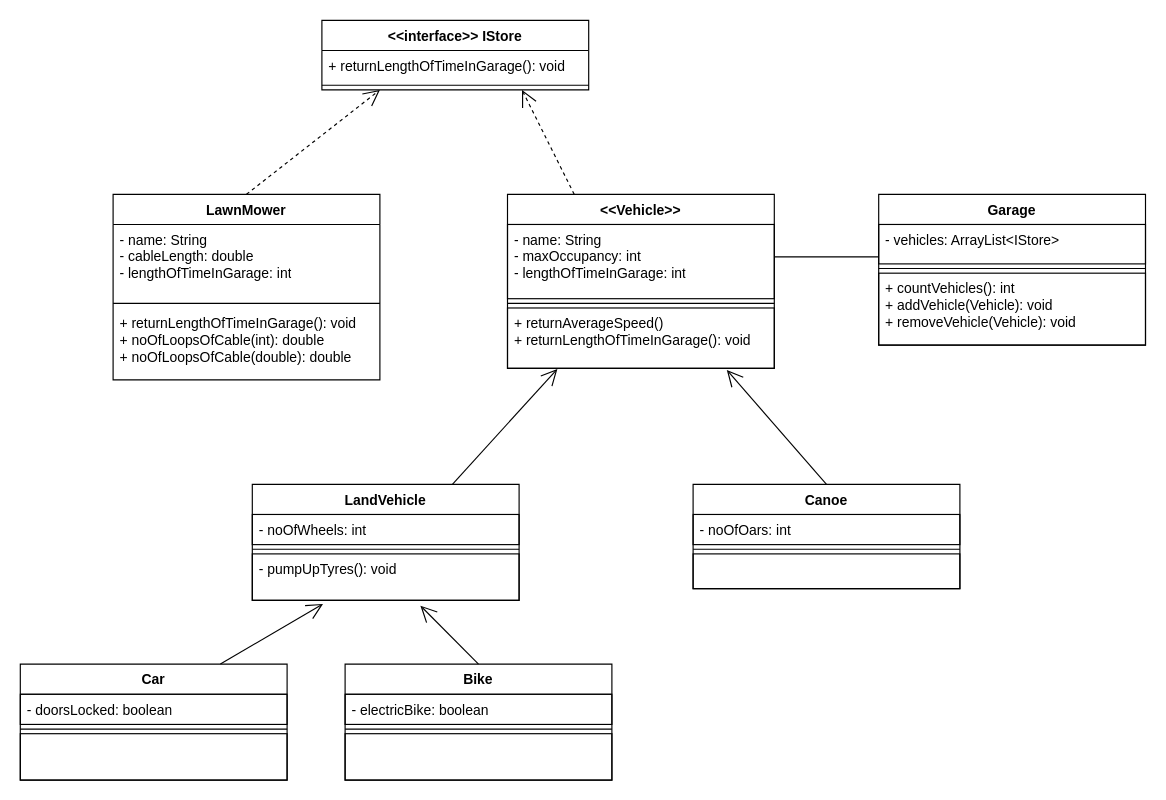
Before: PolymorphismUMLFinal.drawio in H8S8/PolymorphismLab, a draw.io diagram. Source tidied: cells renumbered, new cells numbered last; positions are measured from the earlier drawing's top-left corner, leaving out a move shared by most shapes. Both pictures are drawn from the tidied source at 116%, with x=0, y=0 at pixel (20, 20).
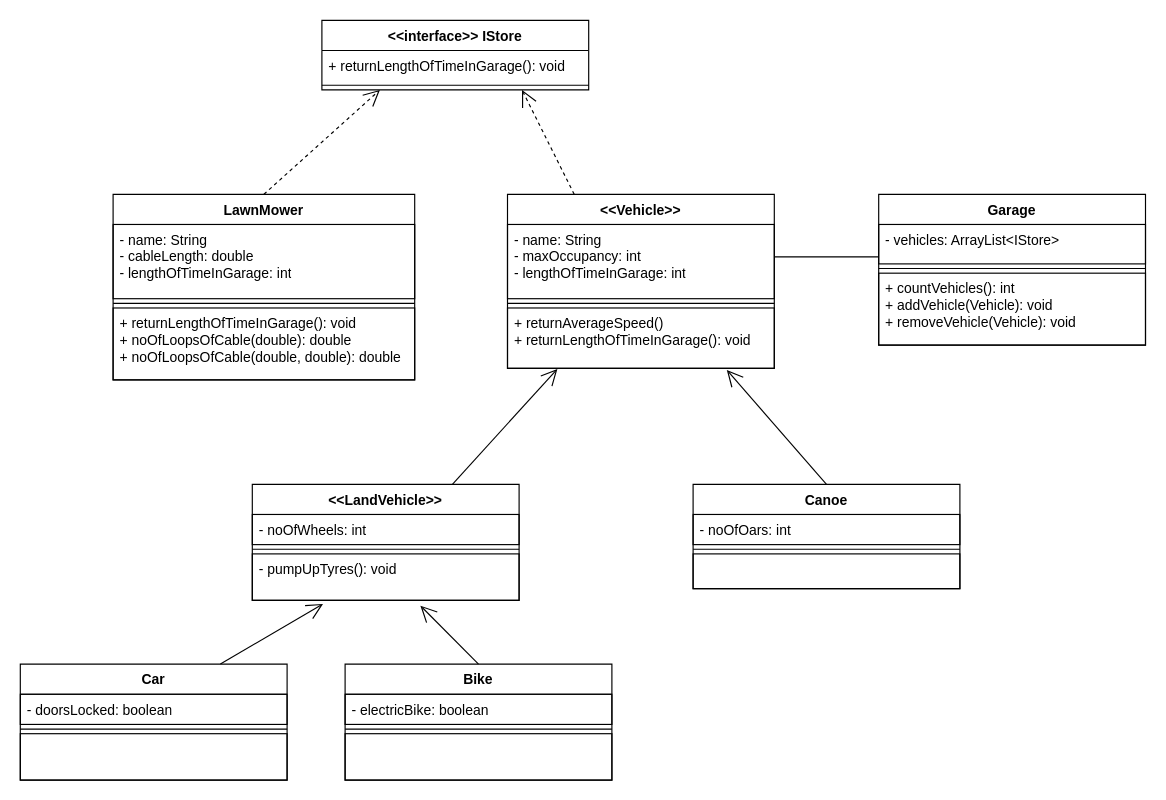
Above is the later version.

Diff of the diagram source:
```diff
@@
-    <mxCell id="21" value="LandVehicle" style="swimlane;fontStyle=1;align=center;verticalAlign=top;horizontal=1;startSize=26;whiteSpace=wrap;html=1;strokeColor=#000000;" parent="1" vertex="1">
+    <mxCell id="21" value="&amp;lt;&amp;lt;LandVehicle&amp;gt;&amp;gt;" style="swimlane;fontStyle=1;align=center;verticalAlign=top;horizontal=1;startSize=26;whiteSpace=wrap;html=1;strokeColor=#000000;" parent="1" vertex="1">
       <mxGeometry x="200" y="400" width="230" height="100" as="geometry" />
     </mxCell>
@@
-    <mxCell id="31" value="LawnMower" style="swimlane;fontStyle=1;align=center;verticalAlign=top;horizontal=1;startSize=26;whiteSpace=wrap;html=1;" parent="1" vertex="1">
-      <mxGeometry x="80" y="150" width="230" height="160" as="geometry" />
+    <mxCell id="31" value="LawnMower" style="swimlane;fontStyle=1;align=center;verticalAlign=top;horizontal=1;startSize=26;whiteSpace=wrap;html=1;strokeColor=#000000;" parent="1" vertex="1">
+      <mxGeometry x="80" y="150" width="260" height="160" as="geometry" />
     </mxCell>
-    <mxCell id="32" value="- name: String&lt;br&gt;- cableLength: double&lt;br&gt;- lengthOfTimeInGarage: int" style="text;strokeColor=none;fillColor=none;align=left;verticalAlign=top;spacingLeft=4;spacingRight=4;overflow=hidden;whiteSpace=wrap;html=1;" parent="31" vertex="1">
-      <mxGeometry y="26" width="230" height="64" as="geometry" />
+    <mxCell id="32" value="- name: String&lt;br&gt;- cableLength: double&lt;br&gt;- lengthOfTimeInGarage: int" style="text;strokeColor=#000000;fillColor=none;align=left;verticalAlign=top;spacingLeft=4;spacingRight=4;overflow=hidden;whiteSpace=wrap;html=1;" parent="31" vertex="1">
+      <mxGeometry y="26" width="260" height="64" as="geometry" />
     </mxCell>
-    <mxCell id="33" style="line;strokeWidth=1;fillColor=none;align=left;verticalAlign=middle;spacingTop=-1;spacingLeft=3;spacingRight=3;labelPosition=right;strokeColor=inherit;" parent="31" vertex="1">
-      <mxGeometry y="90" width="230" height="8" as="geometry" />
+    <mxCell id="33" style="line;strokeWidth=1;fillColor=none;align=left;verticalAlign=middle;spacingTop=-1;spacingLeft=3;spacingRight=3;labelPosition=right;strokeColor=#000000;" parent="31" vertex="1">
+      <mxGeometry y="90" width="260" height="8" as="geometry" />
     </mxCell>
-    <mxCell id="34" value="+ returnLengthOfTimeInGarage(): void&lt;br&gt;+ noOfLoopsOfCable(int): double&lt;br&gt;+ noOfLoopsOfCable(double): double" style="text;strokeColor=none;fillColor=none;align=left;verticalAlign=top;spacingLeft=4;spacingRight=4;overflow=hidden;whiteSpace=wrap;html=1;" parent="31" vertex="1">
-      <mxGeometry y="98" width="230" height="62" as="geometry" />
+    <mxCell id="34" value="+ returnLengthOfTimeInGarage(): void&lt;br&gt;+ noOfLoopsOfCable(double): double&lt;br&gt;+ noOfLoopsOfCable(double, double): double" style="text;strokeColor=#000000;fillColor=none;align=left;verticalAlign=top;spacingLeft=4;spacingRight=4;overflow=hidden;whiteSpace=wrap;html=1;" parent="31" vertex="1">
+      <mxGeometry y="98" width="260" height="62" as="geometry" />
     </mxCell>
```
